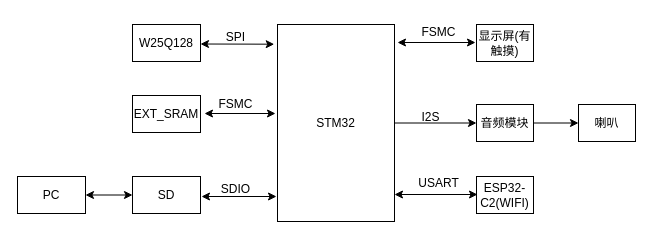
The draw.io diagram 资料/论文资料/系统设计框图.drawio in DongLongWang-Project/My_STM32_Phone, before the edit. Source tidied: cells renumbered, new cells numbered last; positions are measured from the earlier drawing's top-left corner, leaving out a move shared by most shapes. Both pictures are drawn from the tidied source at 100%, with x=0, y=0 at pixel (17, 19).
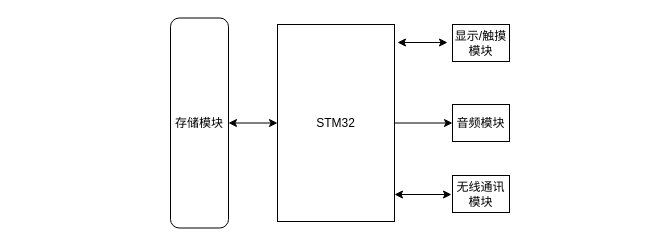
The same page after the edit.

The change refers to these unchanged cells:
```xml
<mxCell id="3" value="STM32" style="rounded=0;whiteSpace=wrap;html=1;" parent="1" vertex="1">
  <mxGeometry x="260" y="5" width="117" height="197" as="geometry" />
</mxCell>
```

The edit, as a diff of the source:
```diff
@@
-    <mxCell id="4" style="edgeStyle=orthogonalEdgeStyle;rounded=0;jettySize=auto;html=1;" parent="1" edge="1" source="5" target="6">
-      <mxGeometry relative="1" as="geometry" />
-    </mxCell>
     <mxCell id="5" value="音频模块" style="rounded=0;whiteSpace=wrap;html=1;" parent="1" vertex="1">
-      <mxGeometry x="459" y="85" width="57" height="37" as="geometry" />
+      <mxGeometry x="435" y="85" width="57" height="37" as="geometry" />
     </mxCell>
-    <mxCell id="6" value="喇叭" style="rounded=0;whiteSpace=wrap;html=1;" parent="1" vertex="1">
-      <mxGeometry x="561" y="85" width="57" height="37" as="geometry" />
-    </mxCell>
-    <mxCell id="7" value="显示屏(有触摸)" style="rounded=0;whiteSpace=wrap;html=1;" parent="1" vertex="1">
-      <mxGeometry x="459" y="5" width="57" height="37" as="geometry" />
+    <mxCell id="7" value="显示/触摸模块" style="rounded=0;whiteSpace=wrap;html=1;" parent="1" vertex="1">
+      <mxGeometry x="435" y="5" width="57" height="37" as="geometry" />
     </mxCell>
-    <mxCell id="8" value="ESP32-C2(WIFI)" style="rounded=0;whiteSpace=wrap;html=1;" parent="1" vertex="1">
-      <mxGeometry x="459" y="157" width="57" height="37" as="geometry" />
+    <mxCell id="8" value="无线通讯模块" style="rounded=0;whiteSpace=wrap;html=1;" parent="1" vertex="1">
+      <mxGeometry x="435" y="156" width="57" height="37" as="geometry" />
     </mxCell>
-    <mxCell id="9" value="EXT_SRAM" style="rounded=0;whiteSpace=wrap;html=1;" parent="1" vertex="1">
-      <mxGeometry x="115" y="76" width="68" height="37" as="geometry" />
-    </mxCell>
-    <mxCell id="10" value="W25Q128" style="rounded=0;whiteSpace=wrap;html=1;" parent="1" vertex="1">
-      <mxGeometry x="115" y="5" width="68" height="37" as="geometry" />
-    </mxCell>
-    <mxCell id="11" style="edgeStyle=orthogonalEdgeStyle;rounded=0;jettySize=auto;html=1;startArrow=classic;startFill=1;" parent="1" edge="1" source="12" target="18">
-      <mxGeometry relative="1" as="geometry" />
-    </mxCell>
-    <mxCell id="12" value="SD" style="rounded=0;whiteSpace=wrap;html=1;" parent="1" vertex="1">
-      <mxGeometry x="115" y="157" width="68" height="37" as="geometry" />
-    </mxCell>
     <mxCell id="13" style="endArrow=classic;html=1;rounded=0;startArrow=classic;startFill=1;" parent="1" edge="1">
       <mxGeometry relative="1" as="geometry">
         <mxPoint x="380" y="23" as="sourcePoint" />
-        <mxPoint x="458" y="23" as="targetPoint" />
+        <mxPoint x="430" y="23" as="targetPoint" />
       </mxGeometry>
     </mxCell>
     <mxCell id="14" style="endArrow=classic;html=1;rounded=0;startArrow=classic;startFill=1;" parent="1" edge="1">
       <mxGeometry relative="1" as="geometry">
         <mxPoint x="377" y="175" as="sourcePoint" />
-        <mxPoint x="460" y="175" as="targetPoint" />
+        <mxPoint x="434" y="175" as="targetPoint" />
       </mxGeometry>
     </mxCell>
-    <mxCell id="15" style="endArrow=classic;html=1;rounded=0;startArrow=classic;startFill=1;" parent="1" edge="1">
-      <mxGeometry relative="1" as="geometry">
-        <mxPoint x="184" y="177" as="sourcePoint" />
-        <mxPoint x="259" y="177" as="targetPoint" />
-      </mxGeometry>
-    </mxCell>
-    <mxCell id="16" style="endArrow=classic;html=1;rounded=0;startArrow=classic;startFill=1;" parent="1" edge="1">
-      <mxGeometry relative="1" as="geometry">
-        <mxPoint x="187" y="94" as="sourcePoint" />
-        <mxPoint x="258" y="94" as="targetPoint" />
-      </mxGeometry>
-    </mxCell>
-    <mxCell id="17" style="endArrow=classic;html=1;rounded=0;startArrow=classic;startFill=1;entryX=-0.028;entryY=0.1;entryDx=0;entryDy=0;entryPerimeter=0;" parent="1" edge="1" target="3">
-      <mxGeometry relative="1" as="geometry">
-        <mxPoint x="183" y="24.5" as="sourcePoint" />
-      </mxGeometry>
-    </mxCell>
-    <mxCell id="18" value="PC" style="rounded=0;whiteSpace=wrap;html=1;" parent="1" vertex="1">
-      <mxGeometry y="157" width="68" height="37" as="geometry" />
-    </mxCell>
-    <mxCell id="19" value="FSMC" style="text;html=1;align=center;verticalAlign=middle;strokeColor=none;fillColor=none;" parent="1" vertex="1">
-      <mxGeometry x="395" width="52" height="26" as="geometry" />
-    </mxCell>
-    <mxCell id="20" value="I2S" style="text;html=1;align=center;verticalAlign=middle;strokeColor=none;fillColor=none;" parent="1" vertex="1">
-      <mxGeometry x="395" y="85" width="36" height="26" as="geometry" />
-    </mxCell>
-    <mxCell id="21" value="USART" style="text;html=1;align=center;verticalAlign=middle;strokeColor=none;fillColor=none;" parent="1" vertex="1">
-      <mxGeometry x="392" y="151" width="58" height="26" as="geometry" />
-    </mxCell>
-    <mxCell id="22" value="SDIO" style="text;html=1;align=center;verticalAlign=middle;strokeColor=none;fillColor=none;" parent="1" vertex="1">
-      <mxGeometry x="194" y="157" width="47" height="26" as="geometry" />
-    </mxCell>
-    <mxCell id="23" value="FSMC" style="text;html=1;align=center;verticalAlign=middle;strokeColor=none;fillColor=none;" parent="1" vertex="1">
-      <mxGeometry x="191.5" y="72" width="52" height="26" as="geometry" />
-    </mxCell>
-    <mxCell id="24" value="SPI" style="text;html=1;align=center;verticalAlign=middle;strokeColor=none;fillColor=none;" parent="1" vertex="1">
-      <mxGeometry x="199" y="5" width="37" height="26" as="geometry" />
-    </mxCell>
+    <mxCell id="25" style="edgeStyle=orthogonalEdgeStyle;rounded=0;jettySize=auto;html=1;startArrow=classic;startFill=1;" parent="1" edge="1" source="26" target="3">
+      <mxGeometry relative="1" as="geometry" />
+    </mxCell>
+    <mxCell id="26" value="存储模块" style="rounded=1;whiteSpace=wrap;html=1;" parent="1" vertex="1">
+      <mxGeometry x="153" y="-1.5" width="58" height="210" as="geometry" />
+    </mxCell>
```
